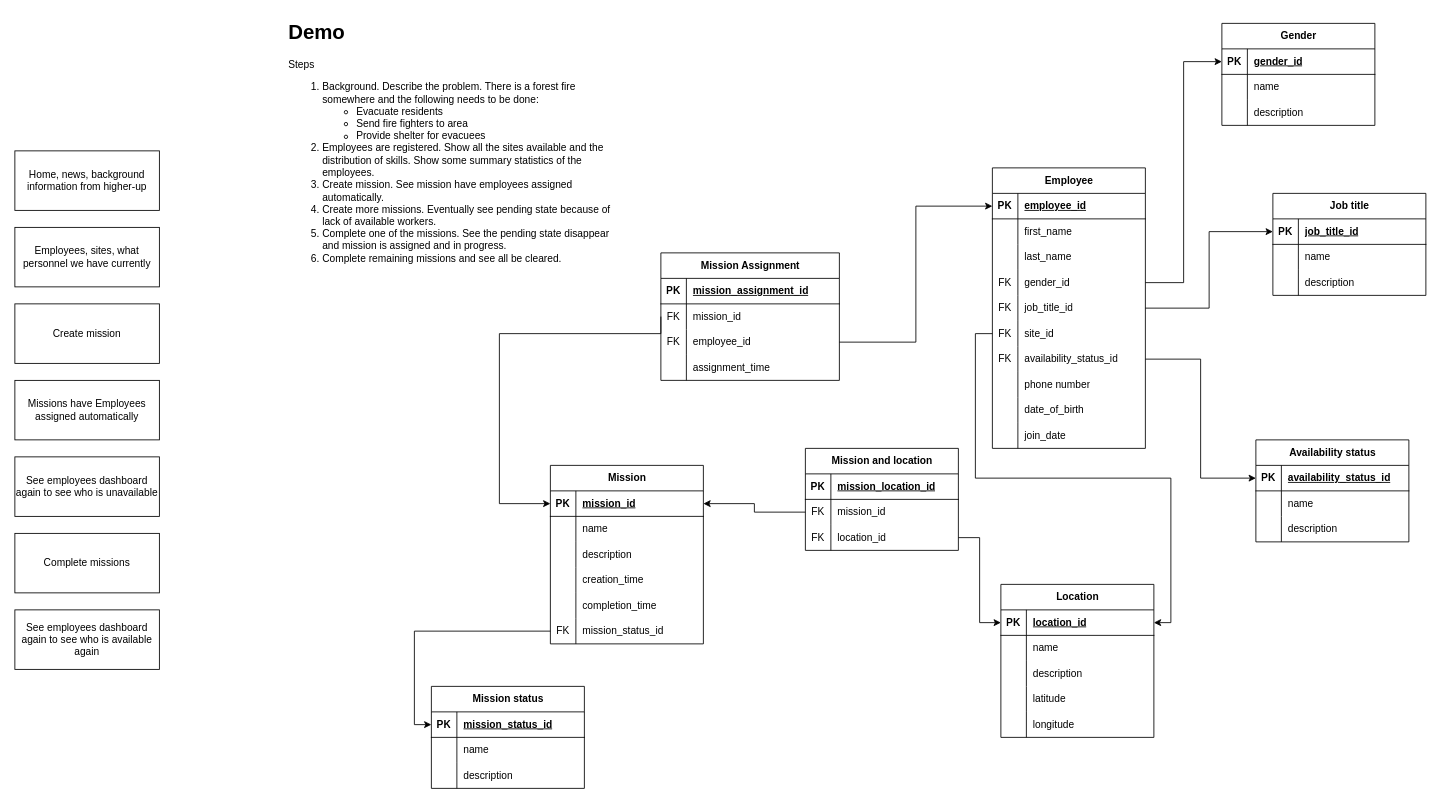
Earlier version of the draw.io diagram diagrams/concept.drawio (jagger-en/disaster-response-management). Source tidied: cells renumbered, new cells numbered last; positions are measured from the earlier drawing's top-left corner, leaving out a move shared by most shapes. Both pictures are drawn from the tidied source at 85%, with x=0, y=0 at pixel (14, 14).
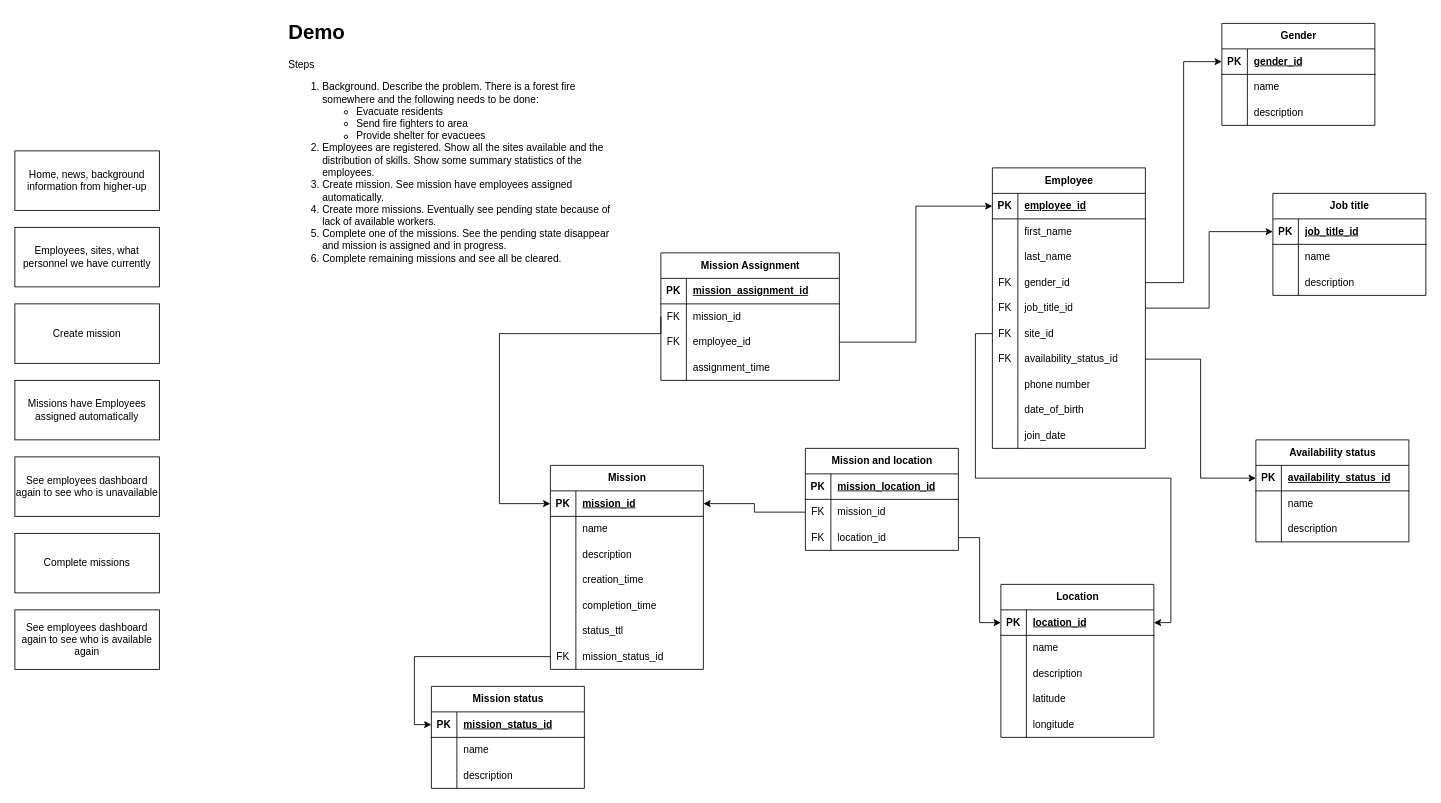
The same page after the edit.

Commit message:
Update mission concept to include ttl

What changed in the source:
```diff
@@
     <mxCell id="82" value="Mission" style="shape=table;startSize=30;childLayout=tableLayout;rowLines=0;fontStyle=1;align=center;html=1;" parent="1" vertex="1">
-      <mxGeometry x="630" y="530" width="180" height="210" as="geometry" />
+      <mxGeometry x="630" y="530" width="180" height="240" as="geometry" />
     </mxCell>
@@
+    <mxCell id="148" style="shape=tableRow;horizontal=0;startSize=0;swimlaneHead=0;swimlaneBody=0;fillColor=none;top=0;left=0;right=0;bottom=0;" parent="82" vertex="1">
+      <mxGeometry y="180" width="180" height="30" as="geometry" />
+    </mxCell>
+    <mxCell id="149" style="shape=partialRectangle;fillColor=none;top=0;left=0;bottom=0;right=0;overflow=hidden;whiteSpace=wrap;html=1;" parent="148" vertex="1">
+      <mxGeometry width="30" height="30" as="geometry" />
+    </mxCell>
+    <mxCell id="150" value="status_ttl" style="shape=partialRectangle;fillColor=none;top=0;left=0;bottom=0;right=0;align=left;spacingLeft=6;overflow=hidden;whiteSpace=wrap;html=1;" parent="148" vertex="1">
+      <mxGeometry x="30" width="150" height="30" as="geometry" />
+    </mxCell>
     <mxCell id="98" style="shape=tableRow;horizontal=0;startSize=0;swimlaneHead=0;swimlaneBody=0;fillColor=none;points=[[0,0.5],[1,0.5]];portConstraint=eastwest;top=0;left=0;right=0;bottom=0;" parent="82" vertex="1">
-      <mxGeometry y="180" width="180" height="30" as="geometry" />
+      <mxGeometry y="210" width="180" height="30" as="geometry" />
     </mxCell>
```
